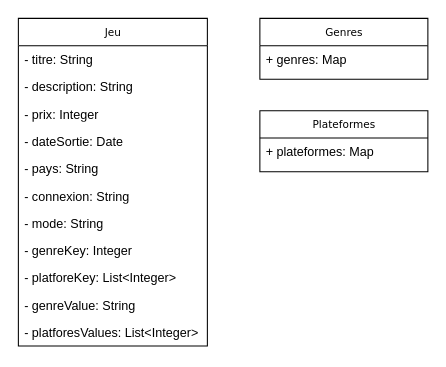
This is diagrams/diagramme de classe.drawio from alainPrecioso/jeuxvideos, a draw.io file, before an edit. Source tidied: cells renumbered, new cells numbered last; positions are measured from the earlier drawing's top-left corner, leaving out a move shared by most shapes. Both pictures are drawn from the tidied source at 105%, with x=0, y=0 at pixel (18, 18).
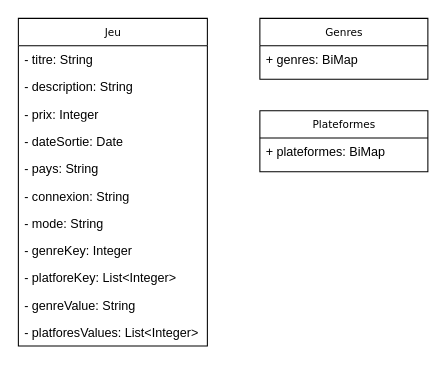
The same page after the edit.

Diff of the diagram source:
```diff
@@
 <mxGraphModel>
   <root>
     <mxCell id="0" />
     <mxCell id="1" parent="0" />
     <mxCell id="2" value="Jeu" style="swimlane;html=1;fontStyle=0;horizontal=1;startSize=26;fillColor=none;swimlaneFillColor=#ffffff;rounded=0;shadow=0;comic=0;labelBackgroundColor=none;strokeWidth=1;fontFamily=Verdana;fontSize=10;align=center;" parent="1" vertex="1">
       <mxGeometry width="180" height="312" as="geometry" />
     </mxCell>
     <mxCell id="3" value="- titre: String" style="text;html=1;strokeColor=none;fillColor=none;align=left;verticalAlign=top;spacingLeft=4;spacingRight=4;whiteSpace=wrap;overflow=hidden;" parent="2" vertex="1">
       <mxGeometry y="26" width="180" height="26" as="geometry" />
     </mxCell>
     <mxCell id="4" value="- description: String" style="text;html=1;strokeColor=none;fillColor=none;align=left;verticalAlign=top;spacingLeft=4;spacingRight=4;whiteSpace=wrap;overflow=hidden;" parent="2" vertex="1">
       <mxGeometry y="52" width="180" height="26" as="geometry" />
     </mxCell>
     <mxCell id="5" value="- prix: Integer" style="text;html=1;strokeColor=none;fillColor=none;align=left;verticalAlign=top;spacingLeft=4;spacingRight=4;whiteSpace=wrap;overflow=hidden;" parent="2" vertex="1">
       <mxGeometry y="78" width="180" height="26" as="geometry" />
     </mxCell>
     <mxCell id="6" value="- dateSortie: Date" style="text;html=1;strokeColor=none;fillColor=none;align=left;verticalAlign=top;spacingLeft=4;spacingRight=4;whiteSpace=wrap;overflow=hidden;" parent="2" vertex="1">
       <mxGeometry y="104" width="180" height="26" as="geometry" />
     </mxCell>
     <mxCell id="7" value="- pays: String" style="text;html=1;strokeColor=none;fillColor=none;align=left;verticalAlign=top;spacingLeft=4;spacingRight=4;whiteSpace=wrap;overflow=hidden;" parent="2" vertex="1">
       <mxGeometry y="130" width="180" height="26" as="geometry" />
     </mxCell>
     <mxCell id="8" value="- connexion: String" style="text;html=1;strokeColor=none;fillColor=none;align=left;verticalAlign=top;spacingLeft=4;spacingRight=4;whiteSpace=wrap;overflow=hidden;" parent="2" vertex="1">
       <mxGeometry y="156" width="180" height="26" as="geometry" />
     </mxCell>
     <mxCell id="9" value="- mode: String" style="text;html=1;strokeColor=none;fillColor=none;align=left;verticalAlign=top;spacingLeft=4;spacingRight=4;whiteSpace=wrap;overflow=hidden;" parent="2" vertex="1">
       <mxGeometry y="182" width="180" height="26" as="geometry" />
     </mxCell>
     <mxCell id="10" value="- genreKey: Integer" style="text;html=1;strokeColor=none;fillColor=none;align=left;verticalAlign=top;spacingLeft=4;spacingRight=4;whiteSpace=wrap;overflow=hidden;" parent="2" vertex="1">
       <mxGeometry y="208" width="180" height="26" as="geometry" />
     </mxCell>
     <mxCell id="11" value="- platforeKey: List&amp;lt;Integer&amp;gt;" style="text;html=1;strokeColor=none;fillColor=none;align=left;verticalAlign=top;spacingLeft=4;spacingRight=4;whiteSpace=wrap;overflow=hidden;" parent="2" vertex="1">
       <mxGeometry y="234" width="180" height="26" as="geometry" />
     </mxCell>
     <mxCell id="12" value="- genreValue: String" style="text;html=1;strokeColor=none;fillColor=none;align=left;verticalAlign=top;spacingLeft=4;spacingRight=4;whiteSpace=wrap;overflow=hidden;" parent="2" vertex="1">
       <mxGeometry y="260" width="180" height="26" as="geometry" />
     </mxCell>
     <mxCell id="13" value="- platforesValues: List&amp;lt;Integer&amp;gt;" style="text;html=1;strokeColor=none;fillColor=none;align=left;verticalAlign=top;spacingLeft=4;spacingRight=4;whiteSpace=wrap;overflow=hidden;" parent="2" vertex="1">
       <mxGeometry y="286" width="180" height="26" as="geometry" />
     </mxCell>
     <mxCell id="14" value="Genres" style="swimlane;html=1;fontStyle=0;horizontal=1;startSize=26;fillColor=none;swimlaneFillColor=#ffffff;rounded=0;shadow=0;comic=0;labelBackgroundColor=none;strokeWidth=1;fontFamily=Verdana;fontSize=10;align=center;" parent="1" vertex="1">
       <mxGeometry x="230" width="160" height="58" as="geometry" />
     </mxCell>
-    <mxCell id="15" value="+ genres: Map" style="text;html=1;strokeColor=none;fillColor=none;align=left;verticalAlign=top;spacingLeft=4;spacingRight=4;whiteSpace=wrap;overflow=hidden;" parent="14" vertex="1">
+    <mxCell id="15" value="+ genres: BiMap" style="text;html=1;strokeColor=none;fillColor=none;align=left;verticalAlign=top;spacingLeft=4;spacingRight=4;whiteSpace=wrap;overflow=hidden;" parent="14" vertex="1">
       <mxGeometry y="26" width="160" height="26" as="geometry" />
     </mxCell>
     <mxCell id="16" value="Plateformes" style="swimlane;html=1;fontStyle=0;horizontal=1;startSize=26;fillColor=none;swimlaneFillColor=#ffffff;rounded=0;shadow=0;comic=0;labelBackgroundColor=none;strokeWidth=1;fontFamily=Verdana;fontSize=10;align=center;" parent="1" vertex="1">
       <mxGeometry x="230" y="88" width="160" height="58" as="geometry" />
     </mxCell>
-    <mxCell id="17" value="+ plateformes: Map" style="text;html=1;strokeColor=none;fillColor=none;align=left;verticalAlign=top;spacingLeft=4;spacingRight=4;whiteSpace=wrap;overflow=hidden;" parent="16" vertex="1">
+    <mxCell id="17" value="+ plateformes: BiMap" style="text;html=1;strokeColor=none;fillColor=none;align=left;verticalAlign=top;spacingLeft=4;spacingRight=4;whiteSpace=wrap;overflow=hidden;" parent="16" vertex="1">
       <mxGeometry y="26" width="160" height="26" as="geometry" />
     </mxCell>
   </root>
 </mxGraphModel>
```
